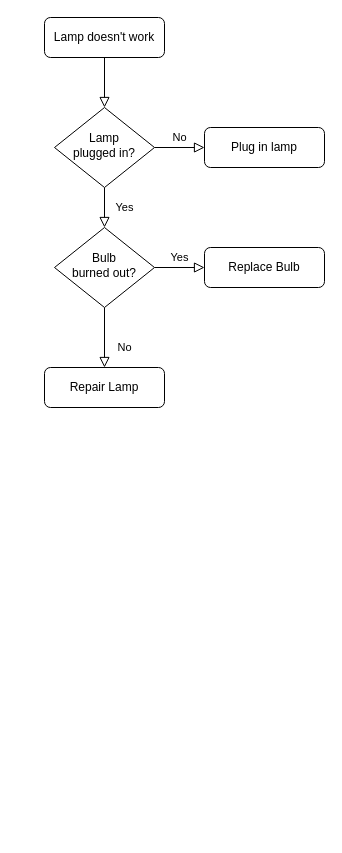
The draw.io diagram 未命名绘图.drawio in 0x404/drawio, before the edit. Source tidied: cells renumbered, new cells numbered last; positions are measured from the earlier drawing's top-left corner, leaving out a move shared by most shapes. Both pictures are drawn from the tidied source at 100%, with x=0, y=0 at pixel (44, 17).
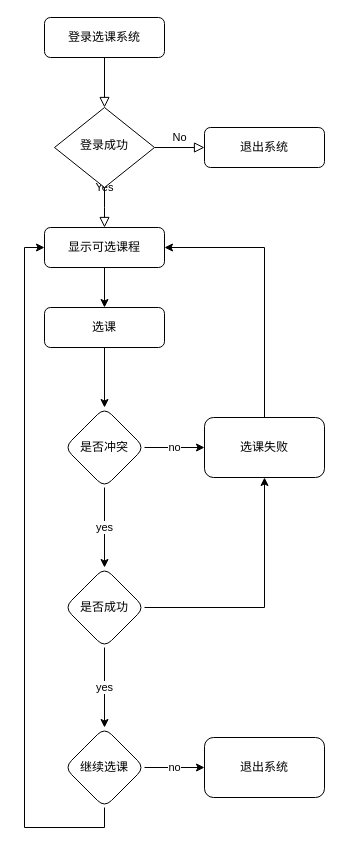
The same diagram, later.

Commit message:
选课流程图.drawio

What changed in the source:
```diff
@@
-    <mxCell id="3" value="Lamp doesn't work" style="rounded=1;whiteSpace=wrap;html=1;fontSize=12;glass=0;strokeWidth=1;shadow=0;" parent="1" vertex="1">
+    <mxCell id="3" value="登录选课系统" style="rounded=1;whiteSpace=wrap;html=1;fontSize=12;glass=0;strokeWidth=1;shadow=0;" parent="1" vertex="1">
       <mxGeometry width="120" height="40" as="geometry" />
     </mxCell>
-    <mxCell id="4" value="Yes" style="rounded=0;html=1;jettySize=auto;fontSize=11;endArrow=block;endFill=0;endSize=8;strokeWidth=1;shadow=0;labelBackgroundColor=none;edgeStyle=orthogonalEdgeStyle;" parent="1" edge="1" source="6" target="10">
-      <mxGeometry y="20" relative="1" as="geometry" />
+    <mxCell id="4" value="Yes" style="rounded=0;html=1;jettySize=auto;fontSize=11;endArrow=block;endFill=0;endSize=8;strokeWidth=1;shadow=0;labelBackgroundColor=none;edgeStyle=orthogonalEdgeStyle;" parent="1" edge="1" source="6">
+      <mxGeometry y="20" relative="1" as="geometry">
+        <mxPoint x="60" y="210" as="targetPoint" />
+      </mxGeometry>
     </mxCell>
@@
-    <mxCell id="6" value="Lamp&lt;br&gt;plugged in?" style="rhombus;whiteSpace=wrap;html=1;shadow=0;fontFamily=Helvetica;fontSize=12;align=center;strokeWidth=1;spacing=6;spacingTop=-4;" parent="1" vertex="1">
+    <mxCell id="6" value="登录成功" style="rhombus;whiteSpace=wrap;html=1;shadow=0;fontFamily=Helvetica;fontSize=12;align=center;strokeWidth=1;spacing=6;spacingTop=-4;" parent="1" vertex="1">
       <mxGeometry x="10" y="90" width="100" height="80" as="geometry" />
     </mxCell>
-    <mxCell id="7" value="Plug in lamp" style="rounded=1;whiteSpace=wrap;html=1;fontSize=12;glass=0;strokeWidth=1;shadow=0;" parent="1" vertex="1">
+    <mxCell id="7" value="退出系统" style="rounded=1;whiteSpace=wrap;html=1;fontSize=12;glass=0;strokeWidth=1;shadow=0;" parent="1" vertex="1">
       <mxGeometry x="160" y="110" width="120" height="40" as="geometry" />
     </mxCell>
-    <mxCell id="8" value="No" style="rounded=0;html=1;jettySize=auto;fontSize=11;endArrow=block;endFill=0;endSize=8;strokeWidth=1;shadow=0;labelBackgroundColor=none;edgeStyle=orthogonalEdgeStyle;" parent="1" edge="1" source="10" target="11">
-      <mxGeometry x="0.33" y="20" relative="1" as="geometry" />
-    </mxCell>
-    <mxCell id="9" value="Yes" style="edgeStyle=orthogonalEdgeStyle;rounded=0;html=1;jettySize=auto;fontSize=11;endArrow=block;endFill=0;endSize=8;strokeWidth=1;shadow=0;labelBackgroundColor=none;" parent="1" edge="1" source="10" target="12">
-      <mxGeometry y="10" relative="1" as="geometry" />
-    </mxCell>
-    <mxCell id="10" value="Bulb&lt;br&gt;burned out?" style="rhombus;whiteSpace=wrap;html=1;shadow=0;fontFamily=Helvetica;fontSize=12;align=center;strokeWidth=1;spacing=6;spacingTop=-4;" parent="1" vertex="1">
-      <mxGeometry x="10" y="210" width="100" height="80" as="geometry" />
-    </mxCell>
-    <mxCell id="11" value="Repair Lamp" style="rounded=1;whiteSpace=wrap;html=1;fontSize=12;glass=0;strokeWidth=1;shadow=0;" parent="1" vertex="1">
-      <mxGeometry y="350" width="120" height="40" as="geometry" />
-    </mxCell>
-    <mxCell id="12" value="Replace Bulb" style="rounded=1;whiteSpace=wrap;html=1;fontSize=12;glass=0;strokeWidth=1;shadow=0;" parent="1" vertex="1">
-      <mxGeometry x="160" y="230" width="120" height="40" as="geometry" />
-    </mxCell>
+    <mxCell id="13" style="edgeStyle=orthogonalEdgeStyle;rounded=0;jettySize=auto;html=1;" parent="1" edge="1" source="14" target="16">
+      <mxGeometry relative="1" as="geometry" />
+    </mxCell>
+    <mxCell id="14" value="显示可选课程" style="rounded=1;whiteSpace=wrap;html=1;fontSize=12;glass=0;strokeWidth=1;shadow=0;" parent="1" vertex="1">
+      <mxGeometry y="210" width="120" height="40" as="geometry" />
+    </mxCell>
+    <mxCell id="15" style="edgeStyle=orthogonalEdgeStyle;rounded=0;jettySize=auto;html=1;" parent="1" edge="1" source="16" target="19">
+      <mxGeometry relative="1" as="geometry" />
+    </mxCell>
+    <mxCell id="16" value="选课" style="rounded=1;whiteSpace=wrap;html=1;fontSize=12;glass=0;strokeWidth=1;shadow=0;" parent="1" vertex="1">
+      <mxGeometry y="290" width="120" height="40" as="geometry" />
+    </mxCell>
+    <mxCell id="17" value="no" style="edgeStyle=orthogonalEdgeStyle;rounded=0;jettySize=auto;html=1;" parent="1" edge="1" source="19" target="21">
+      <mxGeometry relative="1" as="geometry" />
+    </mxCell>
+    <mxCell id="18" value="yes" style="edgeStyle=orthogonalEdgeStyle;rounded=0;jettySize=auto;html=1;" parent="1" edge="1" source="19" target="24">
+      <mxGeometry relative="1" as="geometry" />
+    </mxCell>
+    <mxCell id="19" value="是否冲突" style="rhombus;whiteSpace=wrap;html=1;rounded=1;glass=0;strokeWidth=1;shadow=0;" parent="1" vertex="1">
+      <mxGeometry x="20" y="390" width="80" height="80" as="geometry" />
+    </mxCell>
+    <mxCell id="20" style="edgeStyle=orthogonalEdgeStyle;rounded=0;jettySize=auto;html=1;exitX=0.5;exitY=0;exitDx=0;exitDy=0;entryX=1;entryY=0.5;entryDx=0;entryDy=0;" parent="1" edge="1" source="21" target="14">
+      <mxGeometry relative="1" as="geometry" />
+    </mxCell>
+    <mxCell id="21" value="选课失败" style="whiteSpace=wrap;html=1;rounded=1;glass=0;strokeWidth=1;shadow=0;" parent="1" vertex="1">
+      <mxGeometry x="160" y="400" width="120" height="60" as="geometry" />
+    </mxCell>
+    <mxCell id="22" style="edgeStyle=orthogonalEdgeStyle;rounded=0;jettySize=auto;html=1;exitX=1;exitY=0.5;exitDx=0;exitDy=0;entryX=0.5;entryY=1;entryDx=0;entryDy=0;" parent="1" edge="1" source="24" target="21">
+      <mxGeometry relative="1" as="geometry" />
+    </mxCell>
+    <mxCell id="23" value="yes" style="edgeStyle=orthogonalEdgeStyle;rounded=0;jettySize=auto;html=1;" parent="1" edge="1" source="24" target="27">
+      <mxGeometry relative="1" as="geometry" />
+    </mxCell>
+    <mxCell id="24" value="是否成功" style="rhombus;whiteSpace=wrap;html=1;rounded=1;glass=0;strokeWidth=1;shadow=0;" parent="1" vertex="1">
+      <mxGeometry x="20" y="550" width="80" height="80" as="geometry" />
+    </mxCell>
+    <mxCell id="25" style="edgeStyle=orthogonalEdgeStyle;rounded=0;jettySize=auto;html=1;exitX=0.5;exitY=1;exitDx=0;exitDy=0;entryX=0;entryY=0.5;entryDx=0;entryDy=0;" parent="1" edge="1" source="27" target="14">
+      <mxGeometry relative="1" as="geometry" />
+    </mxCell>
+    <mxCell id="26" value="no" style="edgeStyle=orthogonalEdgeStyle;rounded=0;jettySize=auto;html=1;" parent="1" edge="1" source="27" target="28">
+      <mxGeometry relative="1" as="geometry" />
+    </mxCell>
+    <mxCell id="27" value="继续选课" style="rhombus;whiteSpace=wrap;html=1;rounded=1;glass=0;strokeWidth=1;shadow=0;" parent="1" vertex="1">
+      <mxGeometry x="20" y="710" width="80" height="80" as="geometry" />
+    </mxCell>
+    <mxCell id="28" value="退出系统" style="rounded=1;whiteSpace=wrap;html=1;glass=0;strokeWidth=1;shadow=0;" parent="1" vertex="1">
+      <mxGeometry x="160" y="720" width="120" height="60" as="geometry" />
+    </mxCell>
```
